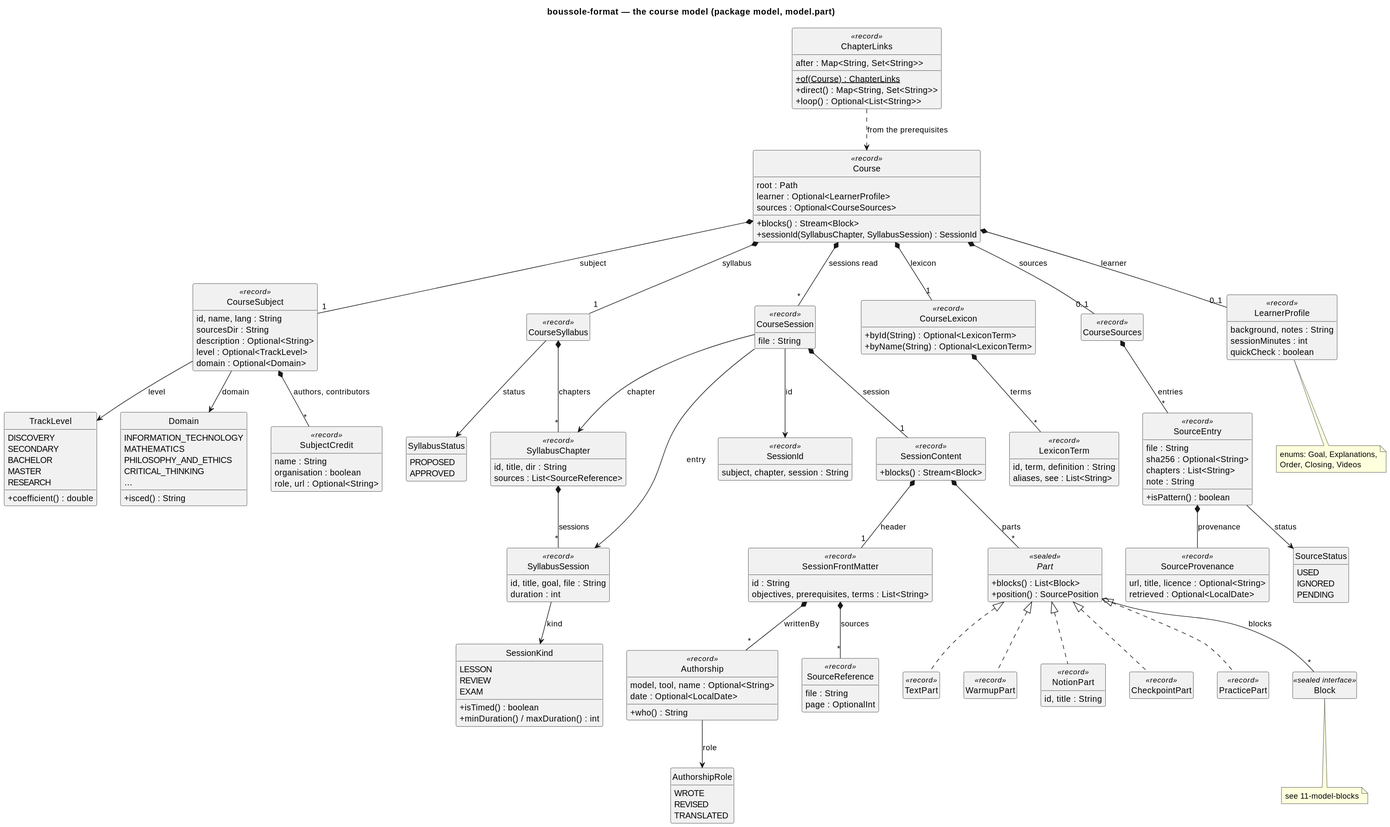
Before: docs/diagrams/10-model-course.svg, a diagram exported from PlantUML (lucasssoh/Boussole).
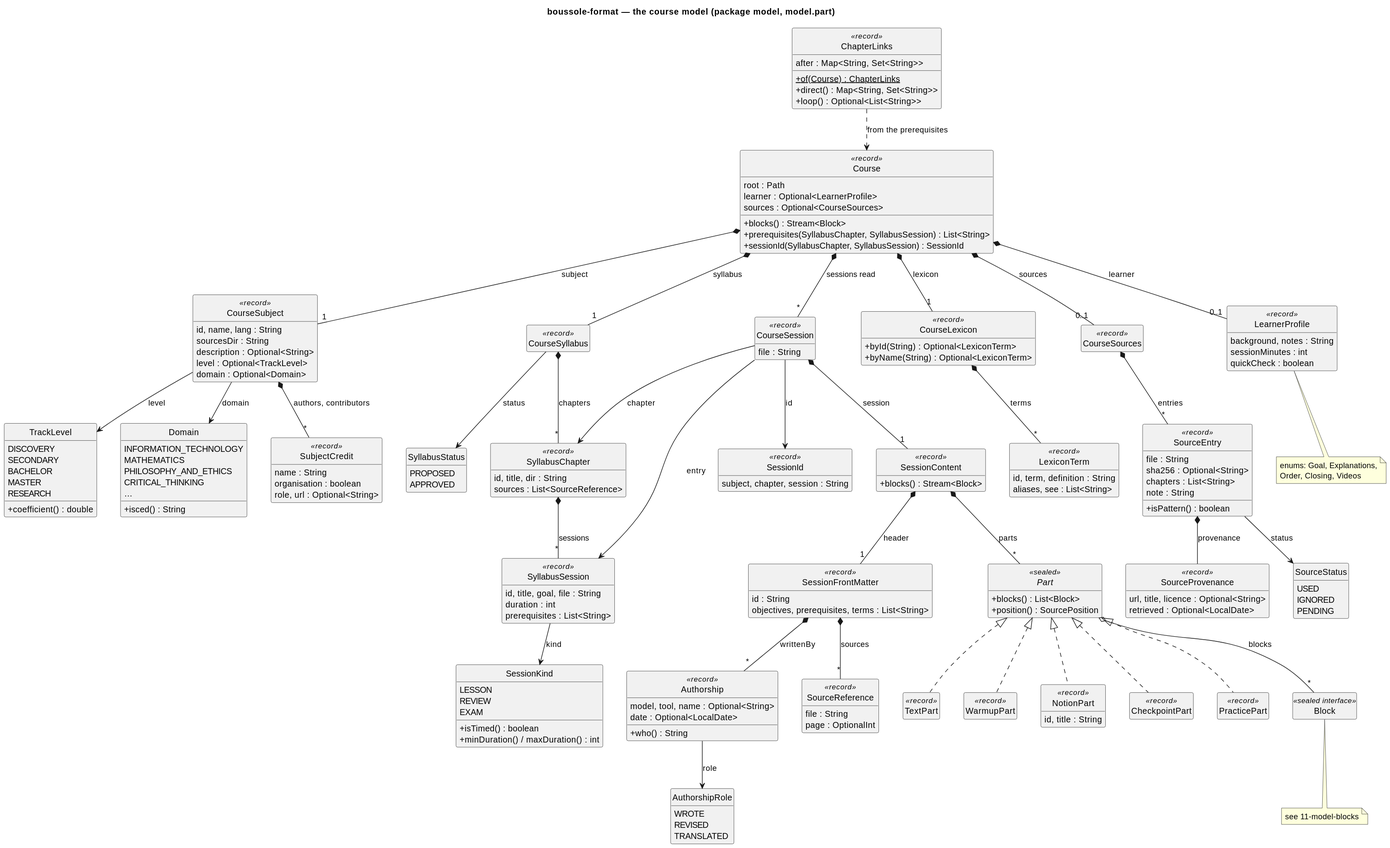
The same file after the commit.

Diff of the diagram source:
```diff
@@ -12,6 +12,7 @@
   learner : Optional<LearnerProfile>
   sources : Optional<CourseSources>
   +blocks() : Stream<Block>
+  +prerequisites(SyllabusChapter, SyllabusSession) : List<String>
   +sessionId(SyllabusChapter, SyllabusSession) : SessionId
 }
 class CourseSubject <<record>> {
@@ -55,6 +56,7 @@
 class SyllabusSession <<record>> {
   id, title, goal, file : String
   duration : int
+  prerequisites : List<String>
 }
 enum SessionKind {
   LESSON
```
